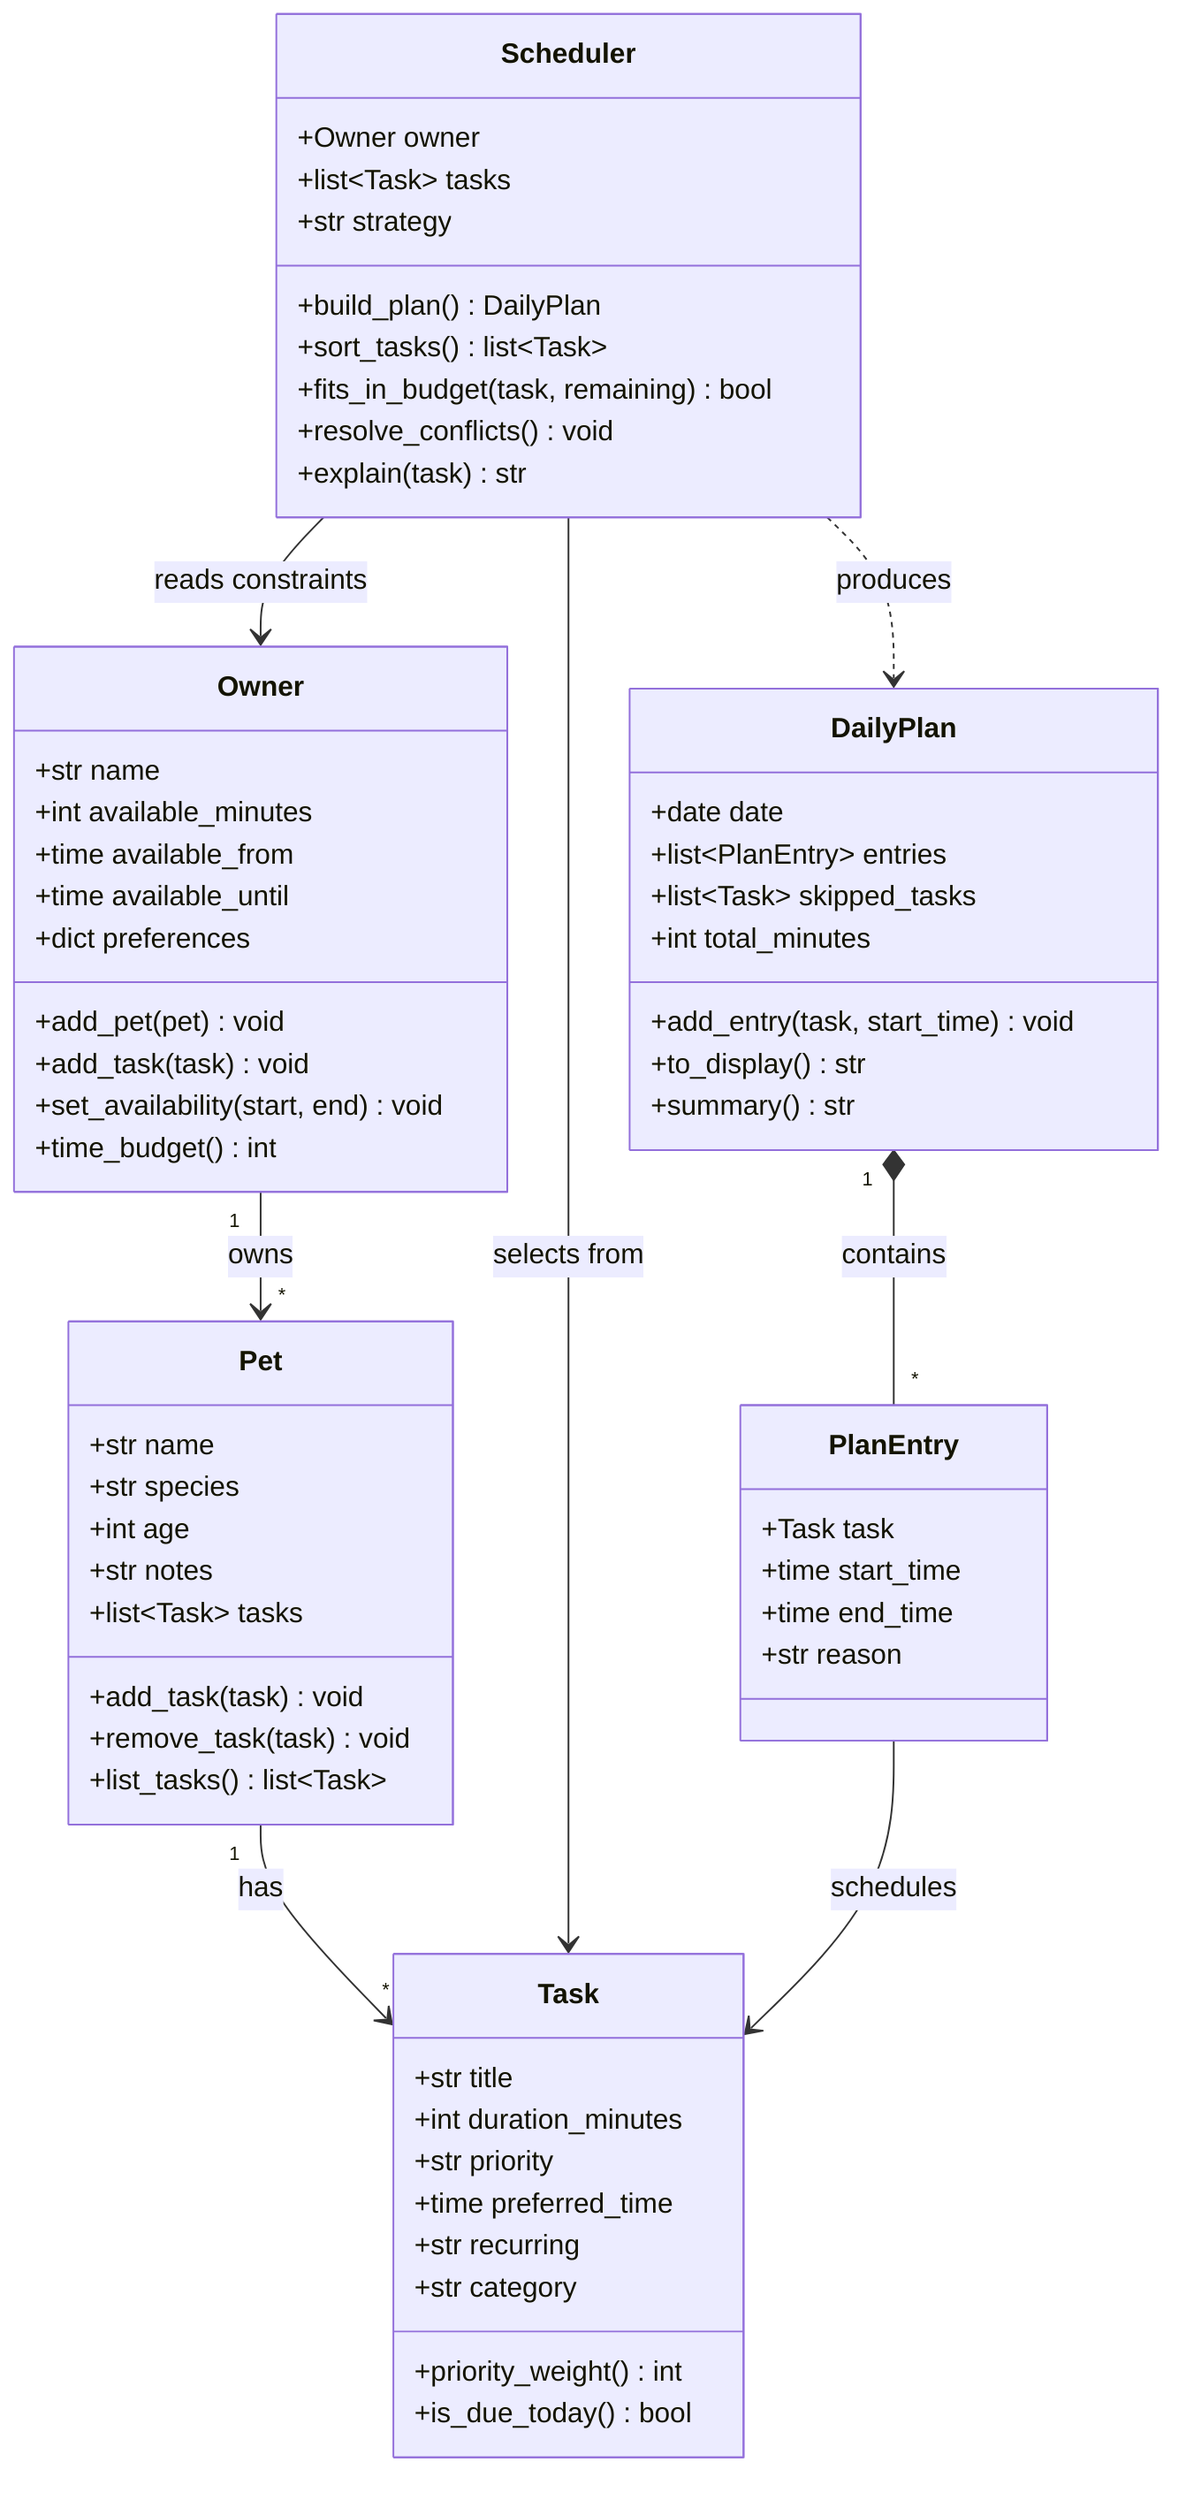
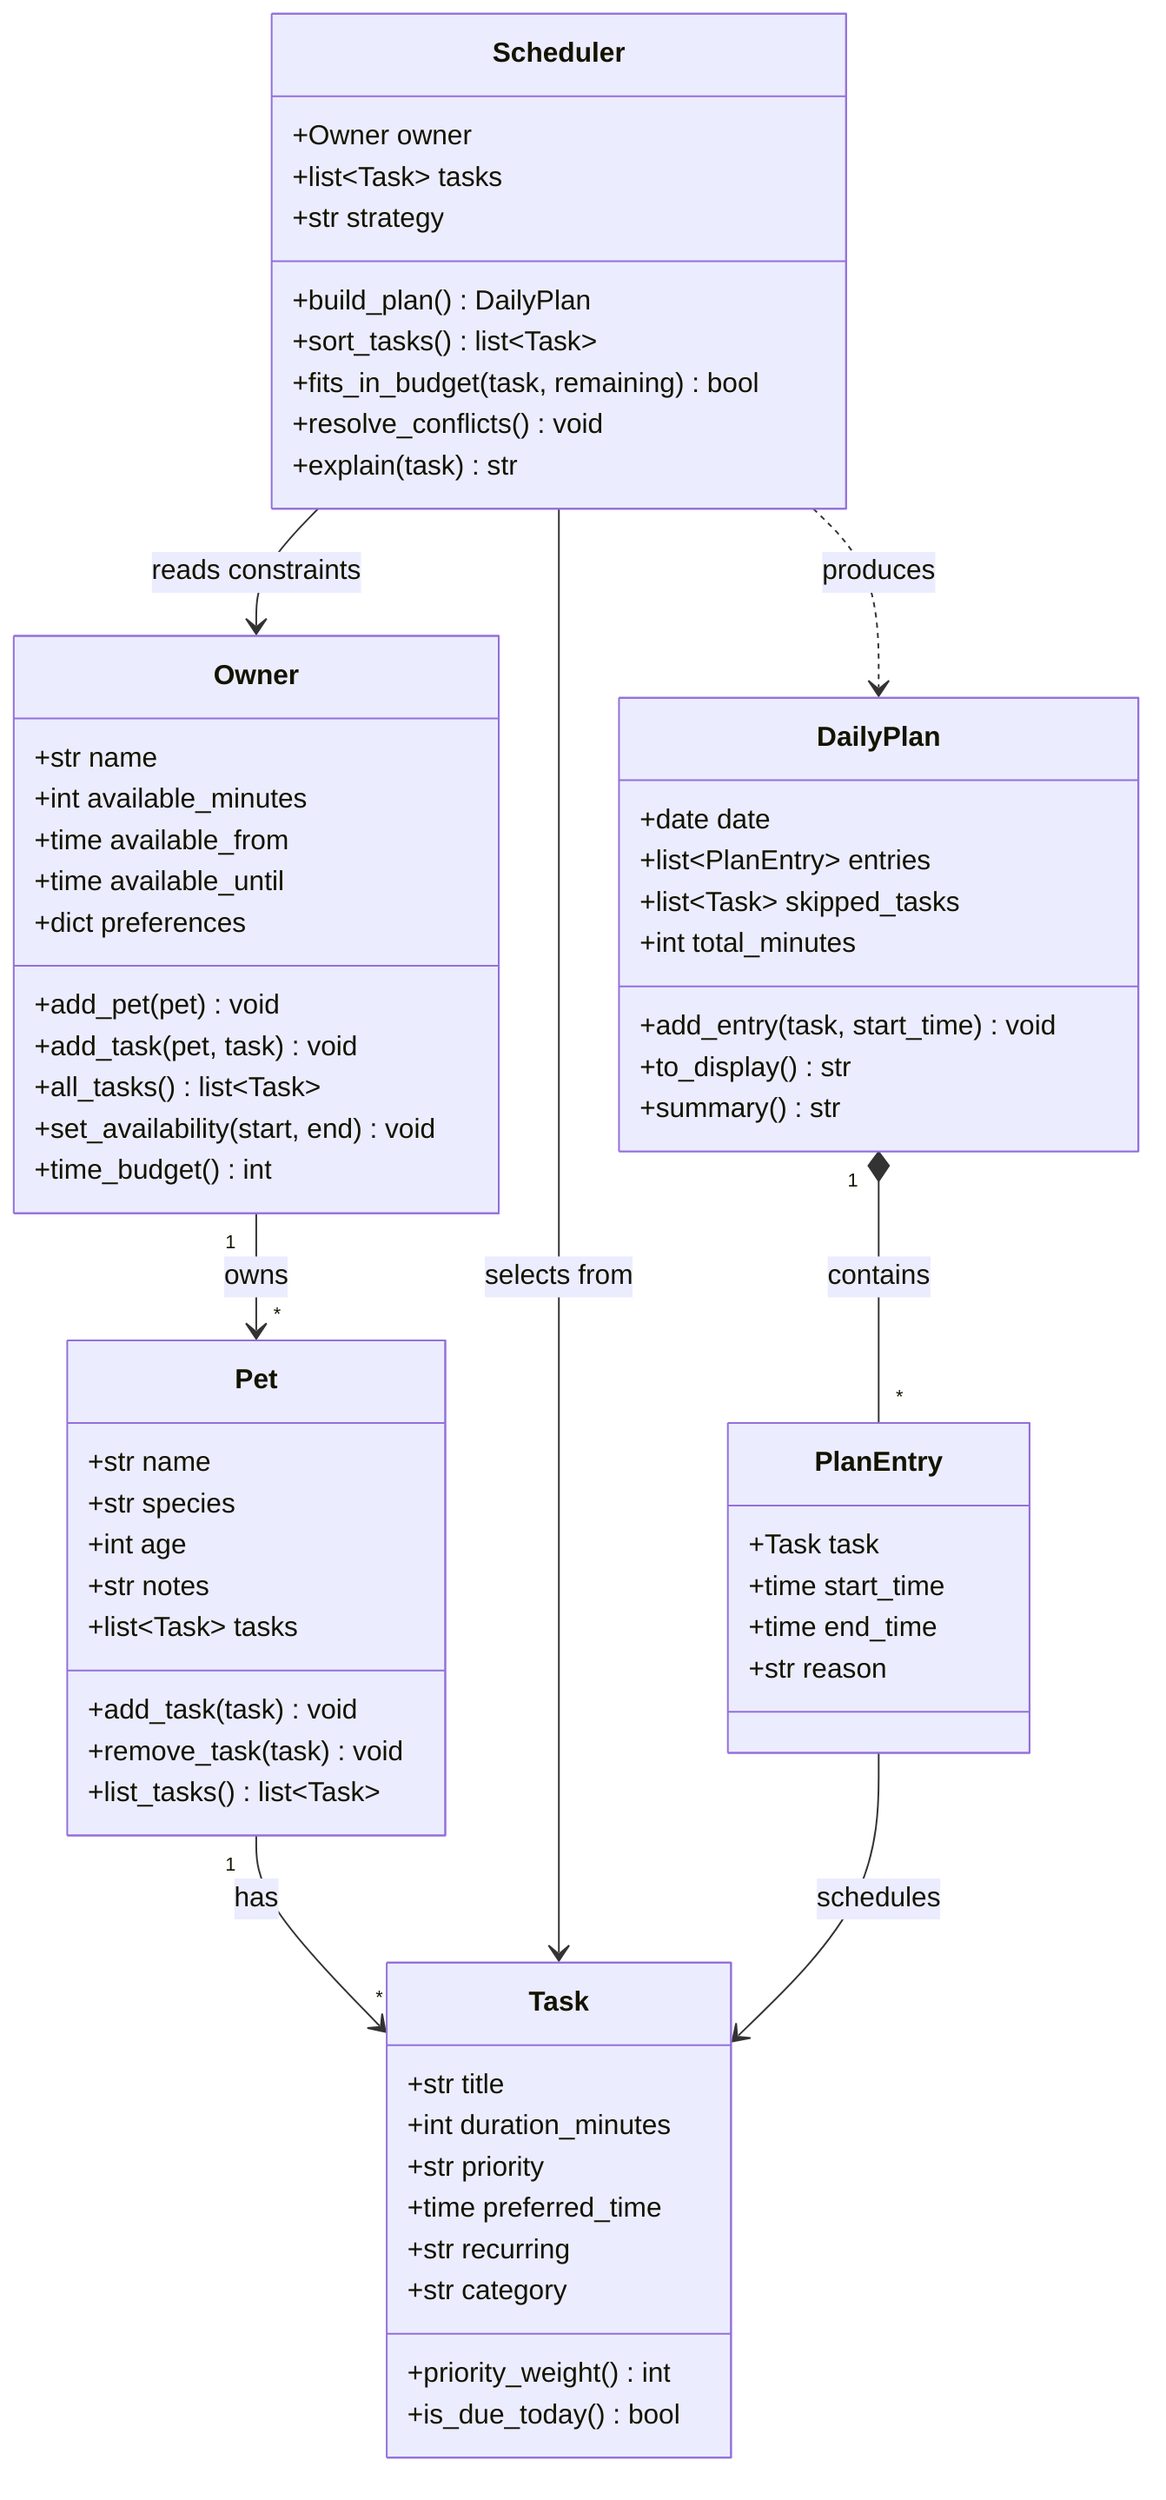
classDiagram
    %% PawPal+ class diagram — pet care planning assistant.
    %% Keep this file updated so it matches your final implementation.

    class Owner {
        +str name
        +int available_minutes
        +time available_from
        +time available_until
        +dict preferences
        +add_pet(pet) void
-         +add_task(task) void
+         +add_task(pet, task) void
+         +all_tasks() list~Task~
        +set_availability(start, end) void
        +time_budget() int
    }

    class Pet {
        +str name
        +str species
        +int age
        +str notes
        +list~Task~ tasks
        +add_task(task) void
        +remove_task(task) void
        +list_tasks() list~Task~
    }

    class Task {
        +str title
        +int duration_minutes
        +str priority
        +time preferred_time
        +str recurring
        +str category
        +priority_weight() int
        +is_due_today() bool
    }

    class Scheduler {
        +Owner owner
        +list~Task~ tasks
        +str strategy
        +build_plan() DailyPlan
        +sort_tasks() list~Task~
        +fits_in_budget(task, remaining) bool
        +resolve_conflicts() void
        +explain(task) str
    }

    class DailyPlan {
        +date date
        +list~PlanEntry~ entries
        +list~Task~ skipped_tasks
        +int total_minutes
        +add_entry(task, start_time) void
        +to_display() str
        +summary() str
    }

    class PlanEntry {
        +Task task
        +time start_time
        +time end_time
        +str reason
    }

    Owner "1" --> "*" Pet : owns
    Pet "1" --> "*" Task : has
    Scheduler --> Owner : reads constraints
    Scheduler --> Task : selects from
    Scheduler ..> DailyPlan : produces
    DailyPlan "1" *-- "*" PlanEntry : contains
    PlanEntry --> Task : schedules
